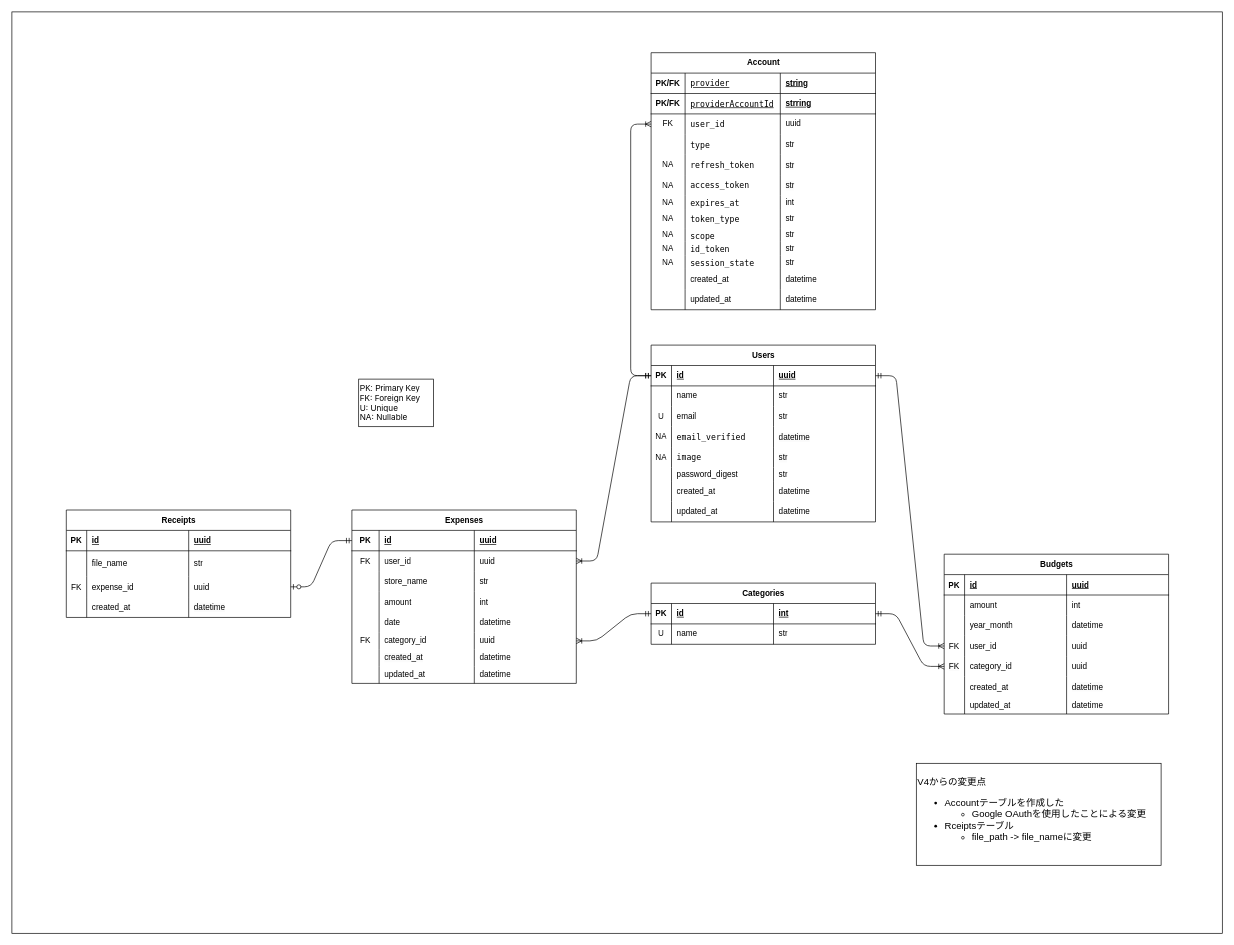
ogaogs/receipt-scanner keeps this draw.io diagram as architecture/ER/ER.drawio. Above is the earlier version. Source tidied: cells renumbered, new cells numbered last; positions are measured from the earlier drawing's top-left corner, leaving out a move shared by most shapes. Both pictures are drawn from the tidied source at 68%, with x=0, y=0 at pixel (12, 12).
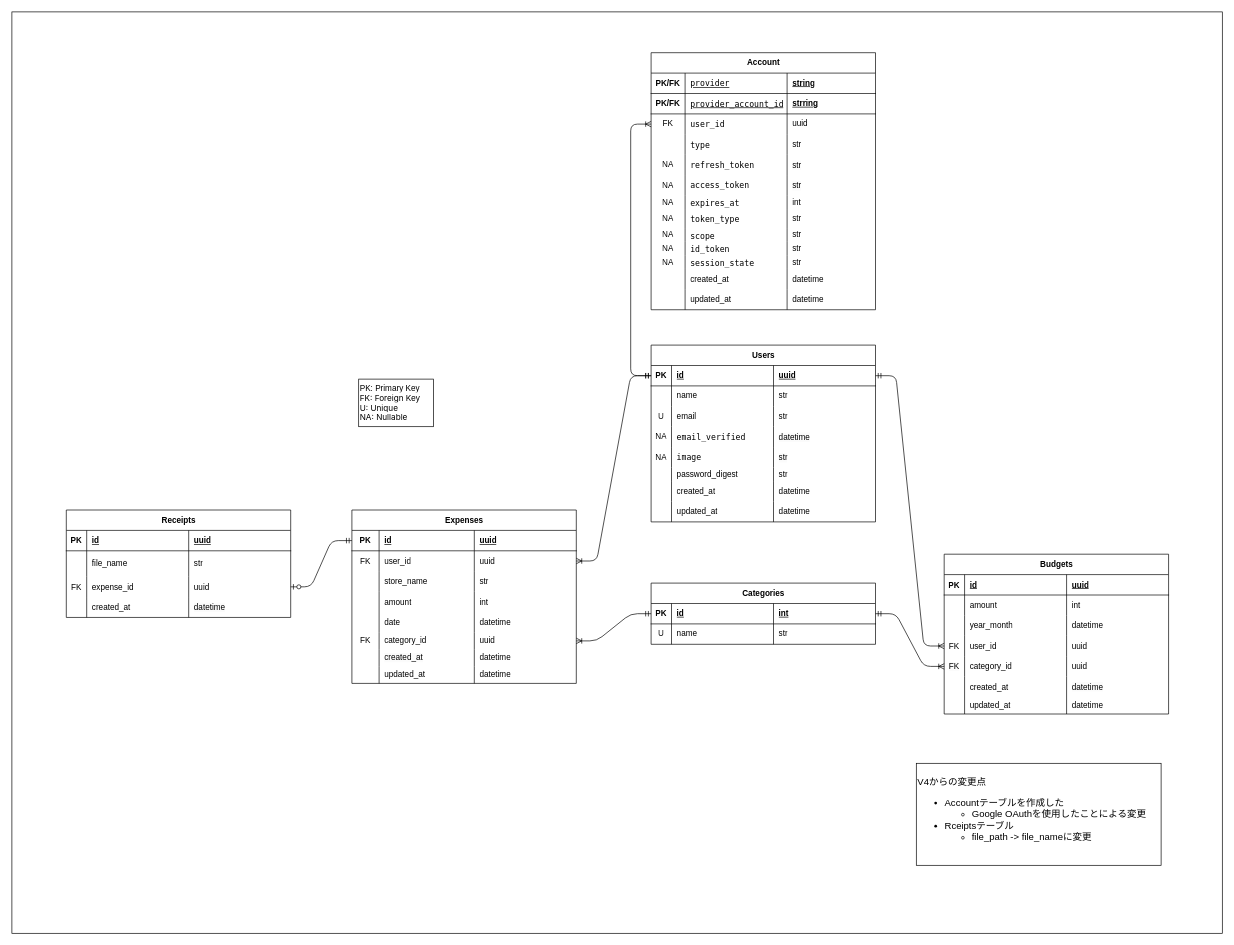
The same diagram, later.

Commit message (it also covers changes not shown here):
provider_account_idが反映されていなかったため、反映させた(#135)

The change refers to these unchanged cells:
```xml
<mxCell id="132" style="shape=tableRow;horizontal=0;startSize=0;swimlaneHead=0;swimlaneBody=0;fillColor=none;top=0;left=0;right=0;bottom=1;" parent="131" vertex="1">
  <mxGeometry y="30" width="330" height="30" as="geometry" />
</mxCell>
<mxCell id="136" style="shape=tableRow;horizontal=0;startSize=0;swimlaneHead=0;swimlaneBody=0;fillColor=none;top=0;left=0;right=0;bottom=1;" parent="131" vertex="1">
  <mxGeometry y="60" width="330" height="30" as="geometry" />
</mxCell>
<mxCell id="140" style="shape=tableRow;horizontal=0;startSize=0;swimlaneHead=0;swimlaneBody=0;fillColor=none;points=[[0,0.5],[1,0.5]];portConstraint=eastwest;top=0;left=0;right=0;bottom=0;" parent="131" vertex="1">
  <mxGeometry y="90" width="330" height="30" as="geometry" />
</mxCell>
<mxCell id="144" style="shape=tableRow;horizontal=0;startSize=0;swimlaneHead=0;swimlaneBody=0;fillColor=none;top=0;left=0;right=0;bottom=0;" parent="131" vertex="1">
  <mxGeometry y="120" width="330" height="30" as="geometry" />
</mxCell>
<mxCell id="148" style="shape=tableRow;horizontal=0;startSize=0;swimlaneHead=0;swimlaneBody=0;fillColor=none;top=0;left=0;right=0;bottom=0;" parent="131" vertex="1">
  <mxGeometry y="150" width="330" height="30" as="geometry" />
</mxCell>
<mxCell id="152" style="shape=tableRow;horizontal=0;startSize=0;swimlaneHead=0;swimlaneBody=0;fillColor=none;top=0;left=0;right=0;bottom=0;" parent="131" vertex="1">
  <mxGeometry y="180" width="330" height="30" as="geometry" />
</mxCell>
<mxCell id="156" style="shape=tableRow;horizontal=0;startSize=0;swimlaneHead=0;swimlaneBody=0;fillColor=none;top=0;left=0;right=0;bottom=0;" parent="131" vertex="1">
  <mxGeometry y="210" width="330" height="20" as="geometry" />
</mxCell>
<mxCell id="160" style="shape=tableRow;horizontal=0;startSize=0;swimlaneHead=0;swimlaneBody=0;fillColor=none;top=0;left=0;right=0;bottom=0;" parent="131" vertex="1">
  <mxGeometry y="230" width="330" height="28" as="geometry" />
</mxCell>
<mxCell id="164" style="shape=tableRow;horizontal=0;startSize=0;swimlaneHead=0;swimlaneBody=0;fillColor=none;top=0;left=0;right=0;bottom=0;" parent="131" vertex="1">
  <mxGeometry y="258" width="330" height="20" as="geometry" />
</mxCell>
<mxCell id="168" style="shape=tableRow;horizontal=0;startSize=0;swimlaneHead=0;swimlaneBody=0;fillColor=none;top=0;left=0;right=0;bottom=0;" parent="131" vertex="1">
  <mxGeometry y="278" width="330" height="20" as="geometry" />
</mxCell>
<mxCell id="172" style="shape=tableRow;horizontal=0;startSize=0;swimlaneHead=0;swimlaneBody=0;fillColor=none;top=0;left=0;right=0;bottom=0;" parent="131" vertex="1">
  <mxGeometry y="298" width="330" height="20" as="geometry" />
</mxCell>
<mxCell id="176" style="shape=tableRow;horizontal=0;startSize=0;swimlaneHead=0;swimlaneBody=0;fillColor=none;top=0;left=0;right=0;bottom=0;" parent="131" vertex="1">
  <mxGeometry y="318" width="330" height="30" as="geometry" />
</mxCell>
<mxCell id="180" style="shape=tableRow;horizontal=0;startSize=0;swimlaneHead=0;swimlaneBody=0;fillColor=none;top=0;left=0;right=0;bottom=0;" parent="131" vertex="1">
  <mxGeometry y="348" width="330" height="30" as="geometry" />
</mxCell>
```

What changed in the source:
```diff
@@
     <mxCell id="134" value="&lt;div style=&quot;background-color: rgb(255, 255, 255); font-family: Menlo, Monaco, &amp;quot;Courier New&amp;quot;, monospace; font-weight: normal; line-height: 18px;&quot;&gt;provider&lt;/div&gt;" style="shape=partialRectangle;fillColor=none;top=0;left=0;bottom=0;right=0;align=left;spacingLeft=6;fontStyle=5;overflow=hidden;whiteSpace=wrap;html=1;fontColor=#000000;" parent="132" vertex="1">
-      <mxGeometry x="50" width="140" height="30" as="geometry" />
+      <mxGeometry x="50" width="150" height="30" as="geometry" />
     </mxCell>
     <mxCell id="135" value="string" style="shape=partialRectangle;fillColor=none;top=0;left=0;bottom=0;right=0;align=left;spacingLeft=6;fontStyle=5;overflow=hidden;whiteSpace=wrap;html=1;" parent="132" vertex="1">
-      <mxGeometry x="190" width="140" height="30" as="geometry" />
+      <mxGeometry x="200" width="130" height="30" as="geometry" />
     </mxCell>
@@
-    <mxCell id="138" value="&lt;div style=&quot;background-color: rgb(255, 255, 255); font-family: Menlo, Monaco, &amp;quot;Courier New&amp;quot;, monospace; font-weight: normal; line-height: 18px;&quot;&gt;&lt;span style=&quot;&quot;&gt;providerAccountId&lt;/span&gt;&lt;/div&gt;" style="shape=partialRectangle;fillColor=none;top=0;left=0;bottom=0;right=0;align=left;spacingLeft=6;fontStyle=5;overflow=hidden;whiteSpace=wrap;html=1;fontColor=#000000;" parent="136" vertex="1">
-      <mxGeometry x="50" width="140" height="30" as="geometry" />
+    <mxCell id="138" value="&lt;div style=&quot;background-color: rgb(255, 255, 255); font-family: Menlo, Monaco, &amp;quot;Courier New&amp;quot;, monospace; font-weight: normal; line-height: 18px;&quot;&gt;&lt;span style=&quot;&quot;&gt;provider_account_id&lt;/span&gt;&lt;/div&gt;" style="shape=partialRectangle;fillColor=none;top=0;left=0;bottom=0;right=0;align=left;spacingLeft=6;fontStyle=5;overflow=hidden;whiteSpace=wrap;html=1;fontColor=#000000;" parent="136" vertex="1">
+      <mxGeometry x="50" width="150" height="30" as="geometry" />
     </mxCell>
     <mxCell id="139" value="strring" style="shape=partialRectangle;fillColor=none;top=0;left=0;bottom=0;right=0;align=left;spacingLeft=6;fontStyle=5;overflow=hidden;whiteSpace=wrap;html=1;" parent="136" vertex="1">
-      <mxGeometry x="190" width="140" height="30" as="geometry" />
+      <mxGeometry x="200" width="130" height="30" as="geometry" />
     </mxCell>
@@
     <mxCell id="142" value="&lt;div style=&quot;background-color: rgb(255, 255, 255); font-family: Menlo, Monaco, &amp;quot;Courier New&amp;quot;, monospace; line-height: 18px;&quot;&gt;&lt;div style=&quot;line-height: 18px;&quot;&gt;&lt;span style=&quot;&quot;&gt;user_id&lt;/span&gt;&lt;/div&gt;&lt;/div&gt;" style="shape=partialRectangle;fillColor=none;top=0;left=0;bottom=0;right=0;align=left;spacingLeft=6;overflow=hidden;whiteSpace=wrap;html=1;fontColor=#000000;" parent="140" vertex="1">
-      <mxGeometry x="50" width="140" height="30" as="geometry" />
+      <mxGeometry x="50" width="150" height="30" as="geometry" />
     </mxCell>
     <mxCell id="143" value="uuid" style="shape=partialRectangle;fillColor=none;top=0;left=0;bottom=0;right=0;align=left;spacingLeft=6;overflow=hidden;whiteSpace=wrap;html=1;" parent="140" vertex="1">
-      <mxGeometry x="190" width="140" height="30" as="geometry" />
+      <mxGeometry x="200" width="130" height="30" as="geometry" />
     </mxCell>
@@
     <mxCell id="146" value="&lt;div style=&quot;background-color: rgb(255, 255, 255); font-family: Menlo, Monaco, &amp;quot;Courier New&amp;quot;, monospace; line-height: 18px;&quot;&gt;&lt;span style=&quot;&quot;&gt;type&lt;/span&gt;&lt;/div&gt;" style="shape=partialRectangle;fillColor=none;top=0;left=0;bottom=0;right=0;align=left;spacingLeft=6;overflow=hidden;whiteSpace=wrap;html=1;fontColor=#000000;" parent="144" vertex="1">
-      <mxGeometry x="50" width="140" height="30" as="geometry" />
+      <mxGeometry x="50" width="150" height="30" as="geometry" />
     </mxCell>
     <mxCell id="147" value="str" style="shape=partialRectangle;fillColor=none;top=0;left=0;bottom=0;right=0;align=left;spacingLeft=6;overflow=hidden;whiteSpace=wrap;html=1;" parent="144" vertex="1">
-      <mxGeometry x="190" width="140" height="30" as="geometry" />
+      <mxGeometry x="200" width="130" height="30" as="geometry" />
     </mxCell>
@@
     <mxCell id="150" value="&lt;div style=&quot;background-color: rgb(255, 255, 255); font-family: Menlo, Monaco, &amp;quot;Courier New&amp;quot;, monospace; font-weight: normal; font-size: 12px; line-height: 18px;&quot;&gt;&lt;div style=&quot;line-height: 18px;&quot;&gt;&lt;div style=&quot;line-height: 18px;&quot;&gt;&lt;span style=&quot;&quot;&gt;refresh_token&lt;/span&gt;&lt;/div&gt;&lt;/div&gt;&lt;/div&gt;" style="shape=partialRectangle;fillColor=none;top=0;left=0;bottom=0;right=0;align=left;spacingLeft=6;overflow=hidden;whiteSpace=wrap;html=1;fontColor=#000000;" parent="148" vertex="1">
-      <mxGeometry x="50" width="140" height="30" as="geometry" />
+      <mxGeometry x="50" width="150" height="30" as="geometry" />
     </mxCell>
     <mxCell id="151" value="&lt;div style=&quot;background-color: rgb(255, 255, 255); font-family: Menlo, Monaco, &amp;quot;Courier New&amp;quot;, monospace; font-weight: normal; font-size: 12px; line-height: 18px;&quot;&gt;&lt;span style=&quot;font-family: Helvetica; background-color: rgb(251, 251, 251);&quot;&gt;str&lt;/span&gt;&lt;br&gt;&lt;/div&gt;" style="shape=partialRectangle;fillColor=none;top=0;left=0;bottom=0;right=0;align=left;spacingLeft=6;overflow=hidden;whiteSpace=wrap;html=1;fontColor=#000000;" parent="148" vertex="1">
-      <mxGeometry x="190" width="140" height="30" as="geometry" />
+      <mxGeometry x="200" width="130" height="30" as="geometry" />
     </mxCell>
@@
     <mxCell id="154" value="&lt;div style=&quot;background-color: rgb(255, 255, 255); font-family: Menlo, Monaco, &amp;quot;Courier New&amp;quot;, monospace; line-height: 18px;&quot;&gt;&lt;div style=&quot;line-height: 18px;&quot;&gt;&lt;span style=&quot;&quot;&gt;access_token&lt;/span&gt;&lt;/div&gt;&lt;/div&gt;" style="shape=partialRectangle;fillColor=none;top=0;left=0;bottom=0;right=0;align=left;spacingLeft=6;overflow=hidden;whiteSpace=wrap;html=1;fontColor=#000000;" parent="152" vertex="1">
-      <mxGeometry x="50" width="140" height="30" as="geometry" />
+      <mxGeometry x="50" width="150" height="30" as="geometry" />
     </mxCell>
     <mxCell id="155" value="&lt;div style=&quot;color: rgb(59, 59, 59); background-color: rgb(255, 255, 255); font-family: Menlo, Monaco, &amp;quot;Courier New&amp;quot;, monospace; line-height: 18px;&quot;&gt;&lt;span style=&quot;color: rgb(0, 0, 0); font-family: Helvetica; background-color: rgb(251, 251, 251);&quot;&gt;str&lt;/span&gt;&lt;br&gt;&lt;/div&gt;" style="shape=partialRectangle;fillColor=none;top=0;left=0;bottom=0;right=0;align=left;spacingLeft=6;overflow=hidden;whiteSpace=wrap;html=1;" parent="152" vertex="1">
-      <mxGeometry x="190" width="140" height="30" as="geometry" />
+      <mxGeometry x="200" width="130" height="30" as="geometry" />
     </mxCell>
@@
     <mxCell id="158" value="&lt;div style=&quot;background-color: rgb(255, 255, 255); font-family: Menlo, Monaco, &amp;quot;Courier New&amp;quot;, monospace; line-height: 18px;&quot;&gt;&lt;span style=&quot;&quot;&gt;expires_at&lt;/span&gt;&lt;/div&gt;" style="shape=partialRectangle;fillColor=none;top=0;left=0;bottom=0;right=0;align=left;spacingLeft=6;overflow=hidden;whiteSpace=wrap;html=1;fontColor=#000000;" parent="156" vertex="1">
-      <mxGeometry x="50" width="140" height="20" as="geometry" />
+      <mxGeometry x="50" width="150" height="20" as="geometry" />
     </mxCell>
     <mxCell id="159" value="int" style="shape=partialRectangle;fillColor=none;top=0;left=0;bottom=0;right=0;align=left;spacingLeft=6;overflow=hidden;whiteSpace=wrap;html=1;" parent="156" vertex="1">
-      <mxGeometry x="190" width="140" height="20" as="geometry" />
+      <mxGeometry x="200" width="130" height="20" as="geometry" />
     </mxCell>
@@
     <mxCell id="162" value="&lt;div style=&quot;background-color: rgb(255, 255, 255); font-family: Menlo, Monaco, &amp;quot;Courier New&amp;quot;, monospace; line-height: 18px;&quot;&gt;&lt;span style=&quot;&quot;&gt;token_type&lt;/span&gt;&lt;/div&gt;" style="shape=partialRectangle;fillColor=none;top=0;left=0;bottom=0;right=0;align=left;spacingLeft=6;overflow=hidden;whiteSpace=wrap;html=1;fontColor=#000000;" parent="160" vertex="1">
-      <mxGeometry x="50" width="140" height="28" as="geometry" />
+      <mxGeometry x="50" width="150" height="28" as="geometry" />
     </mxCell>
     <mxCell id="163" value="str" style="shape=partialRectangle;fillColor=none;top=0;left=0;bottom=0;right=0;align=left;spacingLeft=6;overflow=hidden;whiteSpace=wrap;html=1;" parent="160" vertex="1">
-      <mxGeometry x="190" width="140" height="28" as="geometry" />
+      <mxGeometry x="200" width="130" height="28" as="geometry" />
     </mxCell>
@@
     <mxCell id="166" value="&lt;div style=&quot;background-color: rgb(255, 255, 255); font-family: Menlo, Monaco, &amp;quot;Courier New&amp;quot;, monospace; line-height: 18px;&quot;&gt;&lt;span style=&quot;&quot;&gt;scope&lt;/span&gt;&lt;/div&gt;" style="shape=partialRectangle;fillColor=none;top=0;left=0;bottom=0;right=0;align=left;spacingLeft=6;overflow=hidden;whiteSpace=wrap;html=1;fontColor=#000000;" parent="164" vertex="1">
-      <mxGeometry x="50" width="140" height="20" as="geometry" />
+      <mxGeometry x="50" width="150" height="20" as="geometry" />
     </mxCell>
     <mxCell id="167" value="str" style="shape=partialRectangle;fillColor=none;top=0;left=0;bottom=0;right=0;align=left;spacingLeft=6;overflow=hidden;whiteSpace=wrap;html=1;" parent="164" vertex="1">
-      <mxGeometry x="190" width="140" height="20" as="geometry" />
+      <mxGeometry x="200" width="130" height="20" as="geometry" />
     </mxCell>
@@
     <mxCell id="170" value="&lt;div style=&quot;background-color: rgb(255, 255, 255); font-family: Menlo, Monaco, &amp;quot;Courier New&amp;quot;, monospace; line-height: 18px;&quot;&gt;&lt;span style=&quot;&quot;&gt;id_token&lt;/span&gt;&lt;/div&gt;" style="shape=partialRectangle;fillColor=none;top=0;left=0;bottom=0;right=0;align=left;spacingLeft=6;overflow=hidden;whiteSpace=wrap;html=1;fontColor=#000000;" parent="168" vertex="1">
-      <mxGeometry x="50" width="140" height="20" as="geometry" />
+      <mxGeometry x="50" width="150" height="20" as="geometry" />
     </mxCell>
     <mxCell id="171" value="str" style="shape=partialRectangle;fillColor=none;top=0;left=0;bottom=0;right=0;align=left;spacingLeft=6;overflow=hidden;whiteSpace=wrap;html=1;" parent="168" vertex="1">
-      <mxGeometry x="190" width="140" height="20" as="geometry" />
+      <mxGeometry x="200" width="130" height="20" as="geometry" />
     </mxCell>
@@
     <mxCell id="174" value="&lt;div style=&quot;background-color: rgb(255, 255, 255); font-family: Menlo, Monaco, &amp;quot;Courier New&amp;quot;, monospace; line-height: 18px;&quot;&gt;&lt;span style=&quot;&quot;&gt;session_state&lt;/span&gt;&lt;/div&gt;" style="shape=partialRectangle;fillColor=none;top=0;left=0;bottom=0;right=0;align=left;spacingLeft=6;overflow=hidden;whiteSpace=wrap;html=1;fontColor=#000000;" parent="172" vertex="1">
-      <mxGeometry x="50" width="140" height="20" as="geometry" />
+      <mxGeometry x="50" width="150" height="20" as="geometry" />
     </mxCell>
     <mxCell id="175" value="str" style="shape=partialRectangle;fillColor=none;top=0;left=0;bottom=0;right=0;align=left;spacingLeft=6;overflow=hidden;whiteSpace=wrap;html=1;" parent="172" vertex="1">
-      <mxGeometry x="190" width="140" height="20" as="geometry" />
+      <mxGeometry x="200" width="130" height="20" as="geometry" />
     </mxCell>
@@
     <mxCell id="178" value="created_at" style="shape=partialRectangle;fillColor=none;top=0;left=0;bottom=0;right=0;align=left;spacingLeft=6;overflow=hidden;whiteSpace=wrap;html=1;" parent="176" vertex="1">
-      <mxGeometry x="50" width="140" height="30" as="geometry" />
+      <mxGeometry x="50" width="150" height="30" as="geometry" />
     </mxCell>
     <mxCell id="179" value="datetime" style="shape=partialRectangle;fillColor=none;top=0;left=0;bottom=0;right=0;align=left;spacingLeft=6;overflow=hidden;whiteSpace=wrap;html=1;" parent="176" vertex="1">
-      <mxGeometry x="190" width="140" height="30" as="geometry" />
+      <mxGeometry x="200" width="130" height="30" as="geometry" />
     </mxCell>
@@
     <mxCell id="182" value="updated_at" style="shape=partialRectangle;fillColor=none;top=0;left=0;bottom=0;right=0;align=left;spacingLeft=6;overflow=hidden;whiteSpace=wrap;html=1;" parent="180" vertex="1">
-      <mxGeometry x="50" width="140" height="30" as="geometry" />
+      <mxGeometry x="50" width="150" height="30" as="geometry" />
     </mxCell>
     <mxCell id="183" value="datetime" style="shape=partialRectangle;fillColor=none;top=0;left=0;bottom=0;right=0;align=left;spacingLeft=6;overflow=hidden;whiteSpace=wrap;html=1;" parent="180" vertex="1">
-      <mxGeometry x="190" width="140" height="30" as="geometry" />
+      <mxGeometry x="200" width="130" height="30" as="geometry" />
     </mxCell>
```
